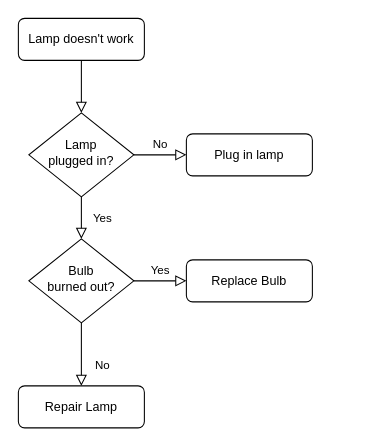
Above: docs/Proposed System Design.drawio in samsivabalan/home-network-IDS (draw.io), before the change. Source tidied: cells renumbered, new cells numbered last; positions are measured from the earlier drawing's top-left corner, leaving out a move shared by most shapes. Both pictures are drawn from the tidied source at 105%, with x=0, y=0 at pixel (18, 18).
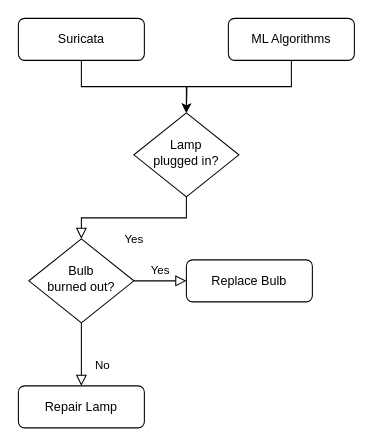
The same diagram, later.

What changed in the source:
```diff
@@
 <mxGraphModel>
   <root>
     <mxCell id="0" />
     <mxCell id="1" parent="0" />
-    <mxCell id="2" style="rounded=0;html=1;jettySize=auto;fontSize=11;endArrow=block;endFill=0;endSize=8;strokeWidth=1;shadow=0;labelBackgroundColor=none;edgeStyle=orthogonalEdgeStyle;" parent="1" edge="1" source="3" target="6">
+    <mxCell id="2" style="edgeStyle=orthogonalEdgeStyle;rounded=0;jettySize=auto;html=1;exitX=0.5;exitY=1;exitDx=0;exitDy=0;" parent="1" edge="1" source="3" target="6">
       <mxGeometry relative="1" as="geometry" />
     </mxCell>
-    <mxCell id="3" value="Lamp doesn't work" style="rounded=1;whiteSpace=wrap;html=1;fontSize=12;glass=0;strokeWidth=1;shadow=0;" parent="1" vertex="1">
+    <mxCell id="3" value="Suricata" style="rounded=1;whiteSpace=wrap;html=1;fontSize=12;glass=0;strokeWidth=1;shadow=0;" parent="1" vertex="1">
       <mxGeometry width="120" height="40" as="geometry" />
     </mxCell>
     <mxCell id="4" value="Yes" style="rounded=0;html=1;jettySize=auto;fontSize=11;endArrow=block;endFill=0;endSize=8;strokeWidth=1;shadow=0;labelBackgroundColor=none;edgeStyle=orthogonalEdgeStyle;" parent="1" edge="1" source="6" target="10">
       <mxGeometry y="20" relative="1" as="geometry" />
     </mxCell>
-    <mxCell id="5" value="No" style="edgeStyle=orthogonalEdgeStyle;rounded=0;html=1;jettySize=auto;fontSize=11;endArrow=block;endFill=0;endSize=8;strokeWidth=1;shadow=0;labelBackgroundColor=none;" parent="1" edge="1" source="6" target="7">
-      <mxGeometry y="10" relative="1" as="geometry" />
-    </mxCell>
     <mxCell id="6" value="Lamp&lt;br&gt;plugged in?" style="rhombus;whiteSpace=wrap;html=1;shadow=0;fontFamily=Helvetica;fontSize=12;align=center;strokeWidth=1;spacing=6;spacingTop=-4;" parent="1" vertex="1">
-      <mxGeometry x="10" y="90" width="100" height="80" as="geometry" />
+      <mxGeometry x="110" y="90" width="100" height="80" as="geometry" />
     </mxCell>
+    <mxCell id="13" style="edgeStyle=orthogonalEdgeStyle;rounded=0;jettySize=auto;html=1;exitX=0.5;exitY=1;exitDx=0;exitDy=0;" parent="1" edge="1" source="7">
+      <mxGeometry relative="1" as="geometry">
+        <mxPoint x="160" y="90" as="targetPoint" />
+      </mxGeometry>
+    </mxCell>
-    <mxCell id="7" value="Plug in lamp" style="rounded=1;whiteSpace=wrap;html=1;fontSize=12;glass=0;strokeWidth=1;shadow=0;" parent="1" vertex="1">
-      <mxGeometry x="160" y="110" width="120" height="40" as="geometry" />
+    <mxCell id="7" value="&lt;div&gt;ML Algorithms&lt;/div&gt;" style="rounded=1;whiteSpace=wrap;html=1;fontSize=12;glass=0;strokeWidth=1;shadow=0;" parent="1" vertex="1">
+      <mxGeometry x="200" width="120" height="40" as="geometry" />
     </mxCell>
     <mxCell id="8" value="No" style="rounded=0;html=1;jettySize=auto;fontSize=11;endArrow=block;endFill=0;endSize=8;strokeWidth=1;shadow=0;labelBackgroundColor=none;edgeStyle=orthogonalEdgeStyle;" parent="1" edge="1" source="10" target="11">
       <mxGeometry x="0.33" y="20" relative="1" as="geometry" />
     </mxCell>
     <mxCell id="9" value="Yes" style="edgeStyle=orthogonalEdgeStyle;rounded=0;html=1;jettySize=auto;fontSize=11;endArrow=block;endFill=0;endSize=8;strokeWidth=1;shadow=0;labelBackgroundColor=none;" parent="1" edge="1" source="10" target="12">
       <mxGeometry y="10" relative="1" as="geometry" />
     </mxCell>
     <mxCell id="10" value="Bulb&lt;br&gt;burned out?" style="rhombus;whiteSpace=wrap;html=1;shadow=0;fontFamily=Helvetica;fontSize=12;align=center;strokeWidth=1;spacing=6;spacingTop=-4;" parent="1" vertex="1">
       <mxGeometry x="10" y="210" width="100" height="80" as="geometry" />
     </mxCell>
     <mxCell id="11" value="Repair Lamp" style="rounded=1;whiteSpace=wrap;html=1;fontSize=12;glass=0;strokeWidth=1;shadow=0;" parent="1" vertex="1">
       <mxGeometry y="350" width="120" height="40" as="geometry" />
     </mxCell>
     <mxCell id="12" value="Replace Bulb" style="rounded=1;whiteSpace=wrap;html=1;fontSize=12;glass=0;strokeWidth=1;shadow=0;" parent="1" vertex="1">
       <mxGeometry x="160" y="230" width="120" height="40" as="geometry" />
     </mxCell>
   </root>
 </mxGraphModel>
```
